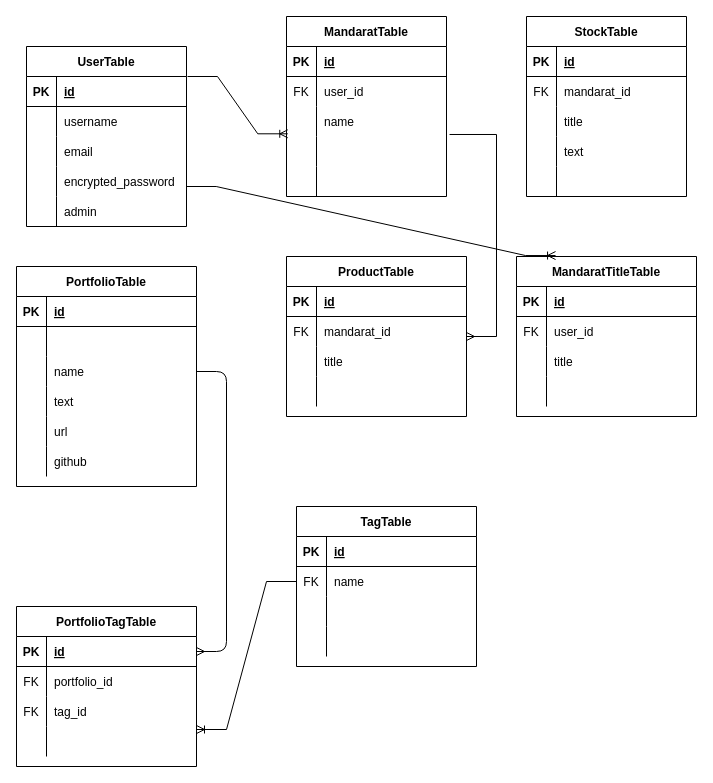
The draw.io diagram page "ページ1" (1 of 2) of app/er.dio in JAMChannel/mandarat-app, before the edit. Source tidied: cells renumbered, new cells numbered last; positions are measured from the earlier drawing's top-left corner, leaving out a move shared by most shapes. Both pictures are drawn from the tidied source at 100%, with x=0, y=0 at pixel (16, 16).
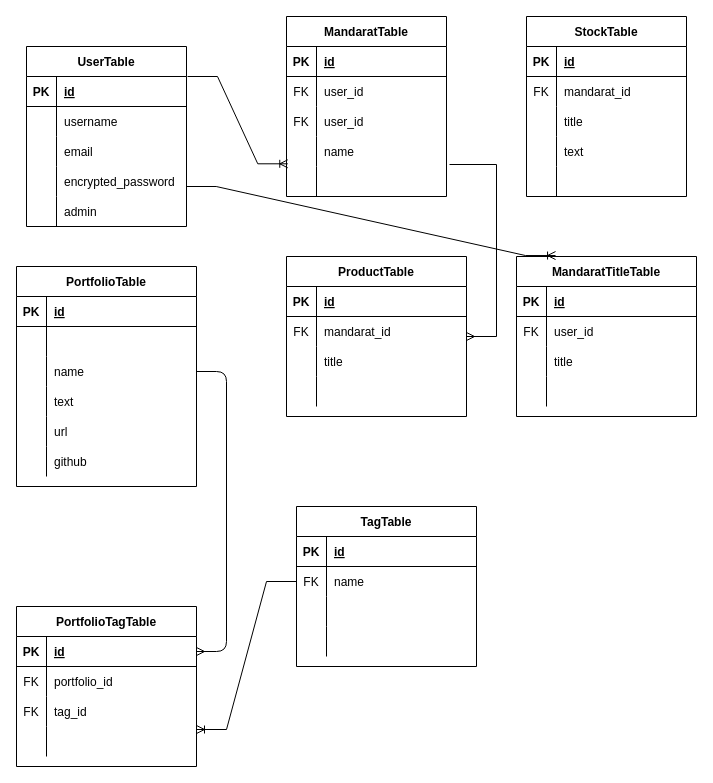
Above is the later version.

The change refers to these unchanged cells:
```xml
<mxCell id="19" value="MandaratTable" style="shape=table;startSize=30;childLayout=tableLayout;rowLines=0;fontStyle=1;align=center;" parent="1" vertex="1">
  <mxGeometry x="270" width="160" height="180" as="geometry" />
</mxCell>
<mxCell id="35" value="ProductTable" style="shape=table;startSize=30;childLayout=tableLayout;rowLines=0;fontStyle=1;align=center;" parent="1" vertex="1">
  <mxGeometry x="270" y="240" width="180" height="160" as="geometry" />
</mxCell>
```

What changed in the source:
```diff
@@
+    <mxCell id="126" style="shape=partialRectangle;fillColor=none;top=0;left=0;bottom=0;right=0;" parent="19" vertex="1">
+      <mxGeometry y="90" width="160" height="30" as="geometry" />
+    </mxCell>
+    <mxCell id="127" value="FK" style="shape=partialRectangle;fillColor=none;top=0;left=0;bottom=0;right=0;overflow=hidden;" parent="126" vertex="1">
+      <mxGeometry width="30" height="30" as="geometry" />
+    </mxCell>
+    <mxCell id="128" value="user_id" style="shape=partialRectangle;fillColor=none;top=0;left=0;bottom=0;right=0;align=left;spacingLeft=6;overflow=hidden;" parent="126" vertex="1">
+      <mxGeometry x="30" width="130" height="30" as="geometry" />
+    </mxCell>
     <mxCell id="26" style="shape=partialRectangle;fillColor=none;top=0;left=0;bottom=0;right=0;points=[[0,0.5],[1,0.5]];portConstraint=eastwest;" parent="19" vertex="1">
-      <mxGeometry y="90" width="160" height="30" as="geometry" />
+      <mxGeometry y="120" width="160" height="30" as="geometry" />
     </mxCell>
@@
-    <mxCell id="29" style="shape=partialRectangle;fillColor=none;top=0;left=0;bottom=0;right=0;points=[[0,0.5],[1,0.5]];portConstraint=eastwest;" parent="19" vertex="1">
-      <mxGeometry y="120" width="160" height="30" as="geometry" />
-    </mxCell>
-    <mxCell id="30" style="shape=partialRectangle;fillColor=none;top=0;left=0;bottom=0;right=0;overflow=hidden;" parent="29" vertex="1">
-      <mxGeometry width="30" height="30" as="geometry" />
-    </mxCell>
-    <mxCell id="31" style="shape=partialRectangle;fillColor=none;top=0;left=0;bottom=0;right=0;align=left;spacingLeft=6;overflow=hidden;" parent="29" vertex="1">
-      <mxGeometry x="30" width="130" height="30" as="geometry" />
-    </mxCell>
@@
-    <mxCell id="48" style="edgeStyle=entityRelationEdgeStyle;fontSize=12;html=1;endArrow=ERmany;rounded=0;exitX=1.019;exitY=-0.067;exitDx=0;exitDy=0;exitPerimeter=0;" parent="1" edge="1" source="29" target="35">
-      <mxGeometry relative="1" as="geometry" />
+    <mxCell id="48" style="edgeStyle=entityRelationEdgeStyle;fontSize=12;html=1;endArrow=ERmany;rounded=0;exitX=1.019;exitY=-0.067;exitDx=0;exitDy=0;exitPerimeter=0;" parent="1" edge="1" target="35">
+      <mxGeometry relative="1" as="geometry">
+        <mxPoint x="433" y="148" as="sourcePoint" />
+      </mxGeometry>
     </mxCell>
```
